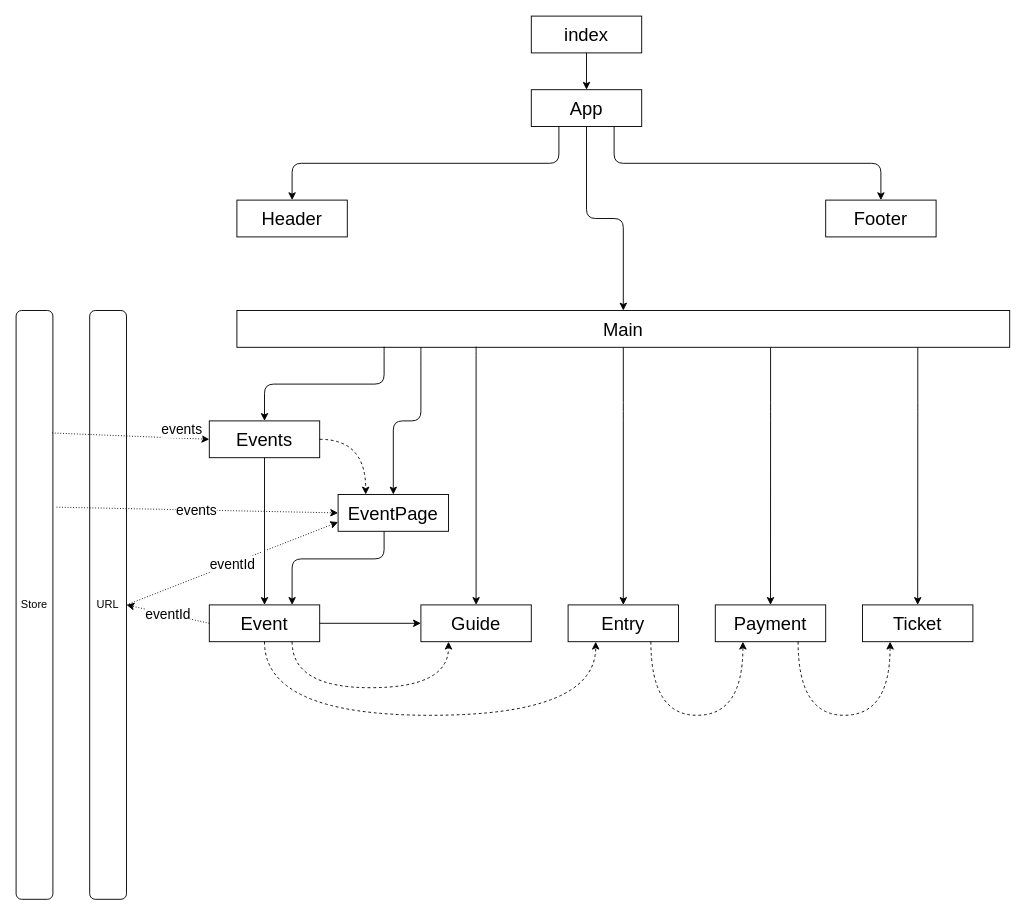
Earlier version of the draw.io diagram page "Страница 2" (2 of 2) of Docs/IsraelGuru.drawio (Hiirsh/Israel_Guru_Gretchko_Podolski). Source tidied: cells renumbered, new cells numbered last; positions are measured from the earlier drawing's top-left corner, leaving out a move shared by most shapes. Both pictures are drawn from the tidied source at 92%, with x=0, y=0 at pixel (16, 16).
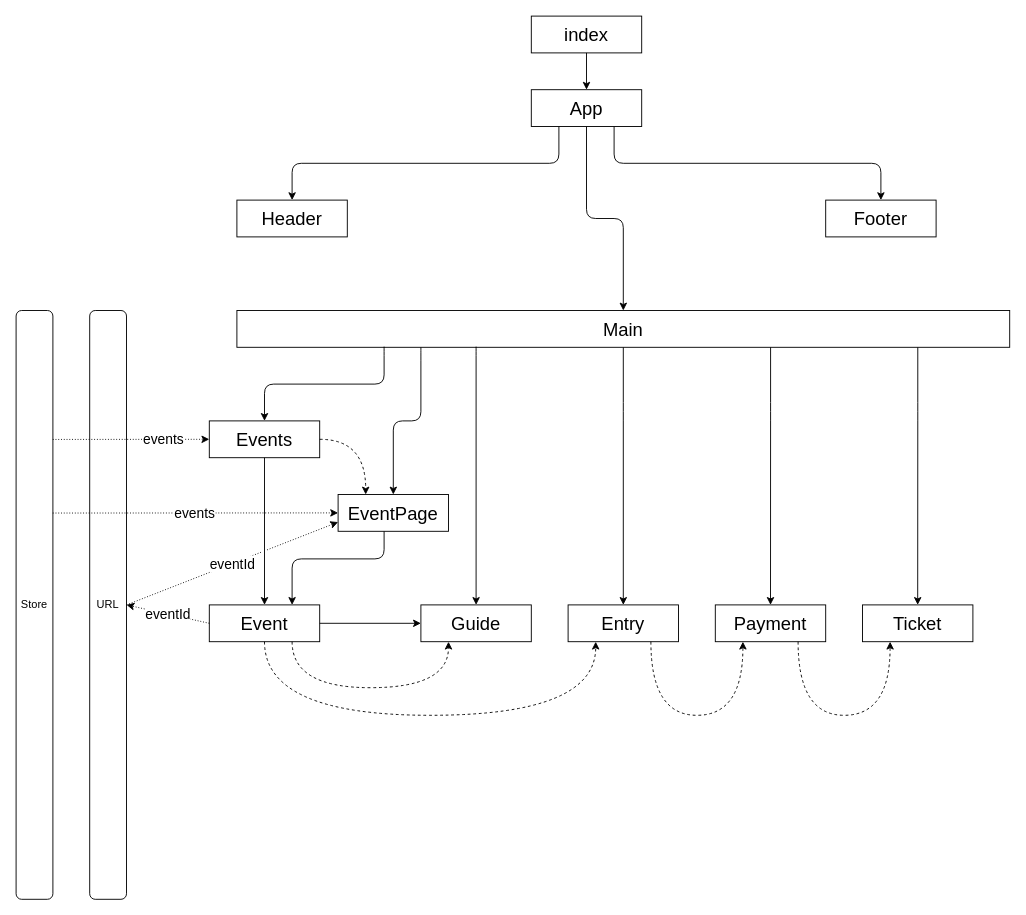
After the change.

The change refers to these unchanged cells:
```xml
<mxCell id="16" value="&lt;font style=&quot;font-size: 20px&quot;&gt;Events&lt;/font&gt;" style="rounded=0;whiteSpace=wrap;html=1;fillColor=none;" parent="1" vertex="1">
  <mxGeometry x="210" y="440" width="120" height="40" as="geometry" />
</mxCell>
<mxCell id="23" value="&lt;font style=&quot;font-size: 20px&quot;&gt;EventPage&lt;/font&gt;" style="rounded=0;whiteSpace=wrap;html=1;fillColor=none;" parent="1" vertex="1">
  <mxGeometry x="350" y="520" width="120" height="40" as="geometry" />
</mxCell>
<mxCell id="28" value="Store" style="rounded=1;whiteSpace=wrap;html=1;fillColor=none;" parent="1" vertex="1">
  <mxGeometry y="320" width="40" height="640" as="geometry" />
</mxCell>
```

What changed in the source:
```diff
@@
-    <mxCell id="24" value="events" style="jettySize=auto;html=1;entryX=0;entryY=0.5;entryDx=0;entryDy=0;dashed=1;fontSize=15;exitX=0.976;exitY=0.208;exitDx=0;exitDy=0;exitPerimeter=0;dashPattern=1 2;" parent="1" edge="1" source="28" target="16">
-      <mxGeometry x="0.65" y="10" relative="1" as="geometry" />
+    <mxCell id="24" value="events" style="jettySize=auto;html=1;entryX=0;entryY=0.5;entryDx=0;entryDy=0;dashed=1;fontSize=15;exitX=0.996;exitY=0.219;exitDx=0;exitDy=0;exitPerimeter=0;dashPattern=1 2;" parent="1" edge="1" source="28" target="16">
+      <mxGeometry x="0.41" relative="1" as="geometry" />
     </mxCell>
-    <mxCell id="25" value="events" style="jettySize=auto;html=1;entryX=0;entryY=0.5;entryDx=0;entryDy=0;dashed=1;fontSize=15;exitX=1.1;exitY=0.334;exitDx=0;exitDy=0;exitPerimeter=0;dashPattern=1 2;" parent="1" edge="1" source="28" target="23">
+    <mxCell id="25" value="events" style="jettySize=auto;html=1;entryX=0;entryY=0.5;entryDx=0;entryDy=0;dashed=1;fontSize=15;exitX=0.996;exitY=0.344;exitDx=0;exitDy=0;exitPerimeter=0;dashPattern=1 2;" parent="1" edge="1" source="28" target="23">
       <mxGeometry x="-0.01" relative="1" as="geometry" />
     </mxCell>
```
